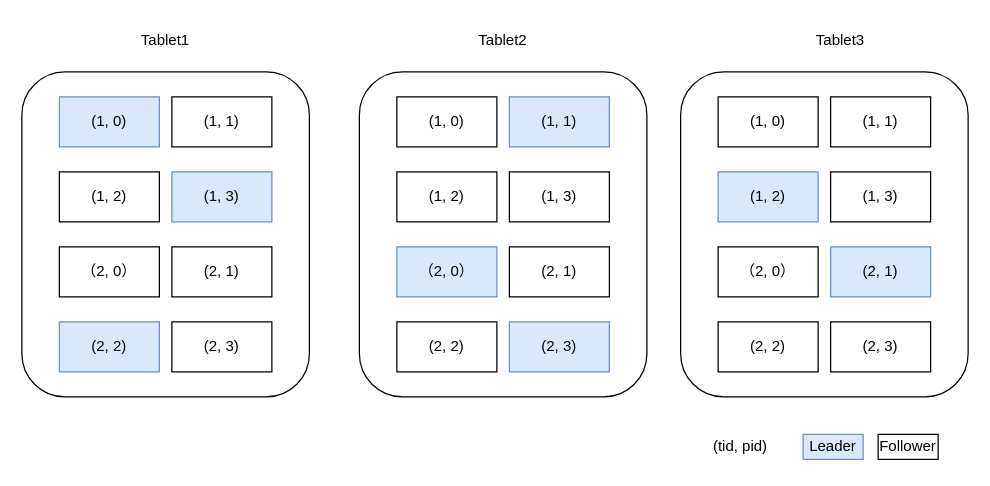
Earlier version of the draw.io diagram page "Page-3" (2 of 4) of reference/arch/resources/architecture.drawio (4paradigm/openmldb-docs-zh). Source tidied: cells renumbered, new cells numbered last; positions are measured from the earlier drawing's top-left corner, leaving out a move shared by most shapes. Both pictures are drawn from the tidied source at 125%, with x=0, y=0 at pixel (21, 21).
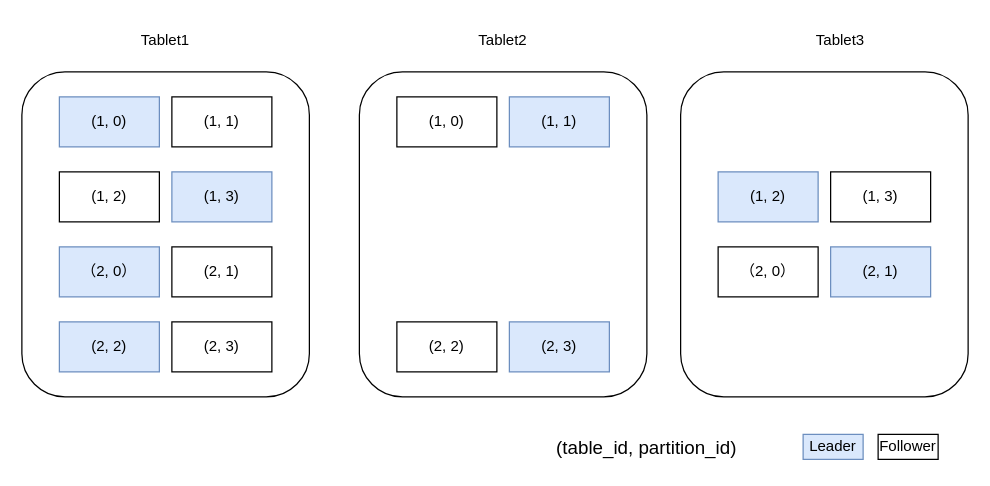
The same diagram, later.

Change to the diagram source:
```diff
@@
-    <mxCell id="7" value="（2, 0）" style="rounded=0;whiteSpace=wrap;html=1;" parent="1" vertex="1">
+    <mxCell id="7" value="（2, 0）" style="rounded=0;whiteSpace=wrap;html=1;fillColor=#dae8fc;strokeColor=#6c8ebf;" parent="1" vertex="1">
       <mxGeometry x="30" y="180" width="80" height="40" as="geometry" />
     </mxCell>
@@
-    <mxCell id="14" value="(1, 2)" style="rounded=0;whiteSpace=wrap;html=1;" parent="1" vertex="1">
-      <mxGeometry x="300" y="120" width="80" height="40" as="geometry" />
-    </mxCell>
-    <mxCell id="15" value="(1, 3)" style="rounded=0;whiteSpace=wrap;html=1;" parent="1" vertex="1">
-      <mxGeometry x="390" y="120" width="80" height="40" as="geometry" />
-    </mxCell>
-    <mxCell id="16" value="（2, 0）" style="rounded=0;whiteSpace=wrap;html=1;fillColor=#dae8fc;strokeColor=#6c8ebf;" parent="1" vertex="1">
-      <mxGeometry x="300" y="180" width="80" height="40" as="geometry" />
-    </mxCell>
-    <mxCell id="17" value="(2, 1)" style="rounded=0;whiteSpace=wrap;html=1;" parent="1" vertex="1">
-      <mxGeometry x="390" y="180" width="80" height="40" as="geometry" />
-    </mxCell>
@@
-    <mxCell id="21" value="(1, 0)" style="rounded=0;whiteSpace=wrap;html=1;" parent="1" vertex="1">
-      <mxGeometry x="557" y="60" width="80" height="40" as="geometry" />
-    </mxCell>
-    <mxCell id="22" value="(1, 1)" style="rounded=0;whiteSpace=wrap;html=1;" parent="1" vertex="1">
-      <mxGeometry x="647" y="60" width="80" height="40" as="geometry" />
-    </mxCell>
@@
-    <mxCell id="27" value="(2, 2)" style="rounded=0;whiteSpace=wrap;html=1;" parent="1" vertex="1">
-      <mxGeometry x="557" y="240" width="80" height="40" as="geometry" />
-    </mxCell>
-    <mxCell id="28" value="(2, 3)" style="rounded=0;whiteSpace=wrap;html=1;" parent="1" vertex="1">
-      <mxGeometry x="647" y="240" width="80" height="40" as="geometry" />
-    </mxCell>
@@
-    <mxCell id="32" value="(tid, pid)" style="text;html=1;strokeColor=none;fillColor=none;align=center;verticalAlign=middle;whiteSpace=wrap;rounded=0;" parent="1" vertex="1">
-      <mxGeometry x="545" y="325" width="60" height="30" as="geometry" />
+    <mxCell id="32" value="(table_id, partition_id)" style="text;html=1;strokeColor=none;fillColor=none;align=center;verticalAlign=middle;whiteSpace=wrap;rounded=0;fontStyle=0;fontSize=15;" parent="1" vertex="1">
+      <mxGeometry x="426" y="325.5" width="148" height="29" as="geometry" />
     </mxCell>
```
